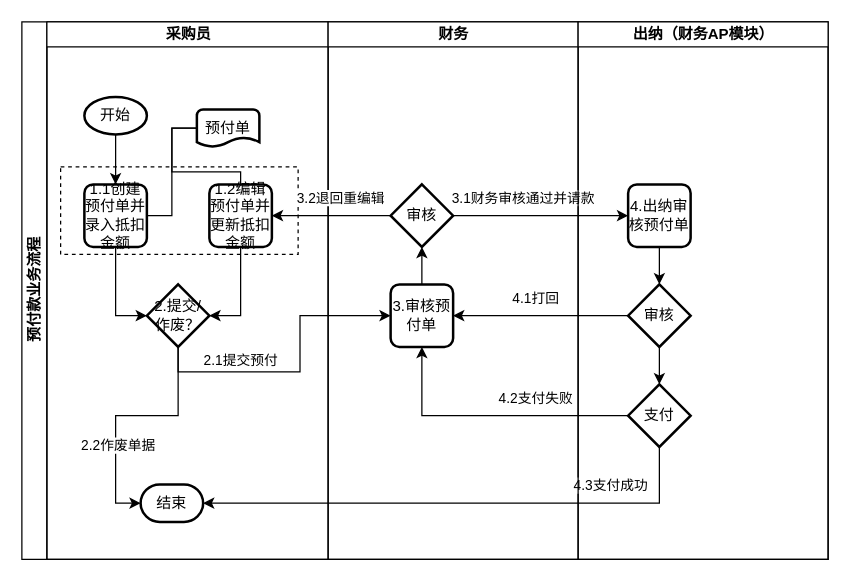
Above: 预付流程.drawio in clinkz/whatgithubis (draw.io), before the change. Source tidied: cells renumbered, new cells numbered last; positions are measured from the earlier drawing's top-left corner, leaving out a move shared by most shapes. Both pictures are drawn from the tidied source at 125%, with x=0, y=0 at pixel (21, 21).
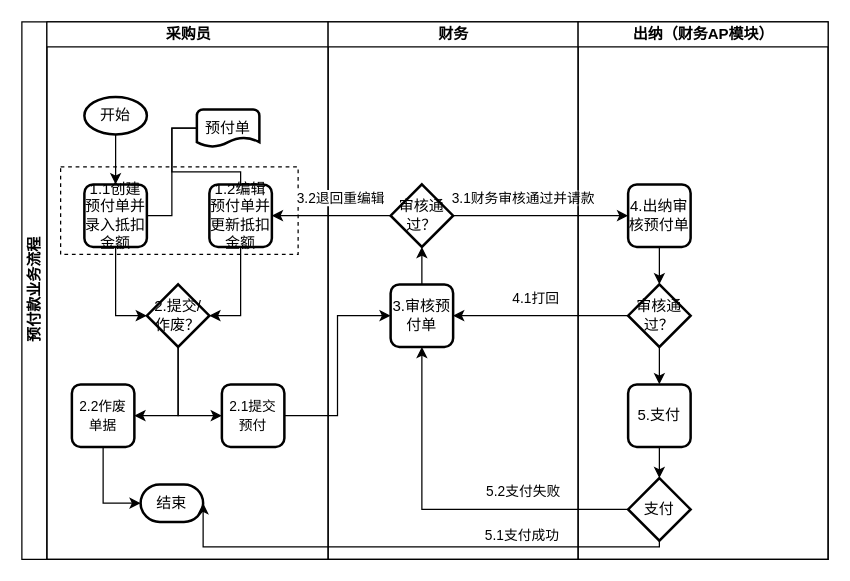
The same diagram, later.

The change refers to these unchanged cells:
```xml
<mxCell id="2" value="预付款业务流程" style="swimlane;html=1;startSize=20;horizontal=0;" parent="1" vertex="1">
  <mxGeometry width="645" height="430" as="geometry" />
</mxCell>
<mxCell id="3" value="采购员" style="swimlane;html=1;startSize=20;" parent="2" vertex="1">
  <mxGeometry x="20" width="225" height="430" as="geometry" />
</mxCell>
<mxCell id="10" value="结束" style="strokeWidth=2;html=1;shape=mxgraph.flowchart.terminator;whiteSpace=wrap;" parent="3" vertex="1">
  <mxGeometry x="75" y="370" width="50" height="30" as="geometry" />
</mxCell>
<mxCell id="15" value="2.提交/作废？" style="strokeWidth=2;html=1;shape=mxgraph.flowchart.decision;whiteSpace=wrap;" parent="3" vertex="1">
  <mxGeometry x="80" y="210" width="50" height="50" as="geometry" />
</mxCell>
<mxCell id="18" value="财务" style="swimlane;html=1;startSize=20;" parent="2" vertex="1">
  <mxGeometry x="245" width="200" height="430" as="geometry" />
</mxCell>
<mxCell id="20" value="3.审核预付单" style="rounded=1;whiteSpace=wrap;html=1;absoluteArcSize=1;arcSize=14;strokeWidth=2;" parent="18" vertex="1">
  <mxGeometry x="50" y="210" width="50" height="50" as="geometry" />
</mxCell>
<mxCell id="32" value="出纳（财务AP模块）" style="swimlane;html=1;startSize=20;" parent="2" vertex="1">
  <mxGeometry x="445" width="200" height="430" as="geometry" />
</mxCell>
```

Diff of the diagram source:
```diff
@@
-    <mxCell id="13" style="edgeStyle=orthogonalEdgeStyle;rounded=0;jettySize=auto;html=1;entryX=0;entryY=0.5;entryDx=0;entryDy=0;entryPerimeter=0;" parent="3" edge="1" source="15" target="10">
+    <mxCell id="13" style="edgeStyle=orthogonalEdgeStyle;rounded=0;jettySize=auto;html=1;entryX=1;entryY=0.5;entryDx=0;entryDy=0;exitX=0.5;exitY=1;exitDx=0;exitDy=0;exitPerimeter=0;" parent="3" edge="1" source="15" target="14">
       <mxGeometry relative="1" as="geometry" />
     </mxCell>
-    <mxCell id="14" value="2.2作废单据" style="edgeLabel;html=1;align=center;verticalAlign=middle;points=[];" parent="13" vertex="1">
-      <mxGeometry x="0.31" y="1" relative="1" as="geometry" />
-    </mxCell>
@@
+    <mxCell id="23" value="&lt;span style=&quot;font-size: 11px; background-color: rgb(255, 255, 255);&quot;&gt;2.1提交预付&lt;/span&gt;" style="rounded=1;whiteSpace=wrap;html=1;absoluteArcSize=1;arcSize=14;strokeWidth=2;imageWidth=12;imageHeight=12;" parent="3" vertex="1">
+      <mxGeometry x="140" y="290" width="50" height="50" as="geometry" />
+    </mxCell>
+    <mxCell id="22" style="edgeStyle=orthogonalEdgeStyle;rounded=0;jettySize=auto;html=1;exitX=0.5;exitY=1;exitDx=0;exitDy=0;exitPerimeter=0;entryX=0;entryY=0.5;entryDx=0;entryDy=0;" parent="3" edge="1" source="15" target="23">
+      <mxGeometry relative="1" as="geometry" />
+    </mxCell>
+    <mxCell id="40" style="edgeStyle=orthogonalEdgeStyle;rounded=0;jettySize=auto;html=1;entryX=0;entryY=0.5;entryDx=0;entryDy=0;entryPerimeter=0;endArrow=classic;endFill=1;exitX=0.5;exitY=1;exitDx=0;exitDy=0;" parent="3" edge="1" source="14" target="10">
+      <mxGeometry relative="1" as="geometry" />
+    </mxCell>
+    <mxCell id="14" value="&lt;span style=&quot;font-size: 11px; background-color: rgb(255, 255, 255);&quot;&gt;2.2作废单据&lt;/span&gt;" style="rounded=1;whiteSpace=wrap;html=1;absoluteArcSize=1;arcSize=14;strokeWidth=2;imageWidth=12;imageHeight=12;" parent="3" vertex="1">
+      <mxGeometry x="20" y="290" width="50" height="50" as="geometry" />
+    </mxCell>
@@
-    <mxCell id="21" value="审核" style="strokeWidth=2;html=1;shape=mxgraph.flowchart.decision;whiteSpace=wrap;" parent="18" vertex="1">
+    <mxCell id="21" value="审核通过？" style="strokeWidth=2;html=1;shape=mxgraph.flowchart.decision;whiteSpace=wrap;" parent="18" vertex="1">
       <mxGeometry x="50" y="130" width="50" height="50" as="geometry" />
     </mxCell>
-    <mxCell id="22" style="edgeStyle=orthogonalEdgeStyle;rounded=0;jettySize=auto;html=1;exitX=0.5;exitY=1;exitDx=0;exitDy=0;exitPerimeter=0;" parent="2" edge="1" source="15" target="20">
-      <mxGeometry relative="1" as="geometry" />
-    </mxCell>
-    <mxCell id="23" value="2.1提交预付" style="edgeLabel;html=1;align=center;verticalAlign=middle;points=[];" parent="22" vertex="1">
-      <mxGeometry x="-0.66" y="-2" relative="1" as="geometry">
-        <mxPoint x="29" y="-12" as="offset" />
-      </mxGeometry>
-    </mxCell>
@@
     <mxCell id="28" style="edgeStyle=orthogonalEdgeStyle;rounded=0;jettySize=auto;html=1;entryX=1;entryY=0.5;entryDx=0;entryDy=0;entryPerimeter=0;exitX=0.5;exitY=1;exitDx=0;exitDy=0;exitPerimeter=0;" parent="2" edge="1" source="33" target="10">
       <mxGeometry relative="1" as="geometry">
         <Array as="points">
-          <mxPoint x="510" y="385" />
+          <mxPoint x="145" y="420" />
         </Array>
       </mxGeometry>
     </mxCell>
-    <mxCell id="29" value="4.3支付成功" style="edgeLabel;html=1;align=center;verticalAlign=middle;" parent="28" vertex="1">
+    <mxCell id="29" value="5.1支付成功" style="edgeLabel;html=1;align=center;verticalAlign=middle;" parent="28" vertex="1">
       <mxGeometry x="-0.78" y="-4" relative="1" as="geometry">
-        <mxPoint x="-40" y="-11" as="offset" />
+        <mxPoint x="-71" y="-6" as="offset" />
       </mxGeometry>
     </mxCell>
-    <mxCell id="30" style="edgeStyle=orthogonalEdgeStyle;rounded=0;jettySize=auto;html=1;entryX=0.5;entryY=1;entryDx=0;entryDy=0;" parent="2" edge="1" source="33" target="20">
+    <mxCell id="30" style="edgeStyle=orthogonalEdgeStyle;rounded=0;jettySize=auto;html=1;entryX=0.5;entryY=1;entryDx=0;entryDy=0;exitX=0;exitY=0.5;exitDx=0;exitDy=0;exitPerimeter=0;" parent="2" edge="1" source="33" target="20">
       <mxGeometry relative="1" as="geometry">
         <Array as="points">
-          <mxPoint x="320" y="315" />
+          <mxPoint x="485" y="390" />
+          <mxPoint x="320" y="390" />
         </Array>
       </mxGeometry>
     </mxCell>
-    <mxCell id="31" value="4.2支付失败" style="edgeLabel;html=1;align=center;verticalAlign=middle;" parent="30" vertex="1">
+    <mxCell id="31" value="5.2支付失败" style="edgeLabel;html=1;align=center;verticalAlign=middle;" parent="30" vertex="1">
       <mxGeometry x="-0.72" y="1" relative="1" as="geometry">
         <mxPoint x="-44" y="-16" as="offset" />
       </mxGeometry>
     </mxCell>
@@
     <mxCell id="33" value="支付" style="strokeWidth=2;html=1;shape=mxgraph.flowchart.decision;whiteSpace=wrap;" parent="32" vertex="1">
-      <mxGeometry x="40" y="290" width="50" height="50" as="geometry" />
+      <mxGeometry x="40" y="365" width="50" height="50" as="geometry" />
     </mxCell>
@@
-    <mxCell id="36" style="edgeStyle=orthogonalEdgeStyle;rounded=0;jettySize=auto;html=1;entryX=0.5;entryY=0;entryDx=0;entryDy=0;endArrow=classic;endFill=1;" parent="32" edge="1" source="37">
-      <mxGeometry relative="1" as="geometry">
-        <mxPoint x="65" y="290" as="targetPoint" />
-      </mxGeometry>
+    <mxCell id="36" style="edgeStyle=orthogonalEdgeStyle;rounded=0;jettySize=auto;html=1;entryX=0.5;entryY=0;entryDx=0;entryDy=0;endArrow=classic;endFill=1;" parent="32" edge="1" source="37" target="42">
+      <mxGeometry relative="1" as="geometry" />
     </mxCell>
-    <mxCell id="37" value="审核" style="strokeWidth=2;html=1;shape=mxgraph.flowchart.decision;whiteSpace=wrap;" parent="32" vertex="1">
+    <mxCell id="37" value="审核通过？" style="strokeWidth=2;html=1;shape=mxgraph.flowchart.decision;whiteSpace=wrap;" parent="32" vertex="1">
       <mxGeometry x="40" y="210" width="50" height="50" as="geometry" />
     </mxCell>
+    <mxCell id="41" style="edgeStyle=orthogonalEdgeStyle;rounded=0;jettySize=auto;html=1;endArrow=classic;endFill=1;" parent="32" edge="1" source="42" target="33">
+      <mxGeometry relative="1" as="geometry" />
+    </mxCell>
+    <mxCell id="42" value="5.支付" style="rounded=1;whiteSpace=wrap;html=1;absoluteArcSize=1;arcSize=14;strokeWidth=2;" parent="32" vertex="1">
+      <mxGeometry x="40" y="290" width="50" height="50" as="geometry" />
+    </mxCell>
@@
+    <mxCell id="43" style="edgeStyle=orthogonalEdgeStyle;rounded=0;jettySize=auto;html=1;entryX=0;entryY=0.5;entryDx=0;entryDy=0;endArrow=classic;endFill=1;" parent="2" edge="1" source="23" target="20">
+      <mxGeometry relative="1" as="geometry" />
+    </mxCell>
```
